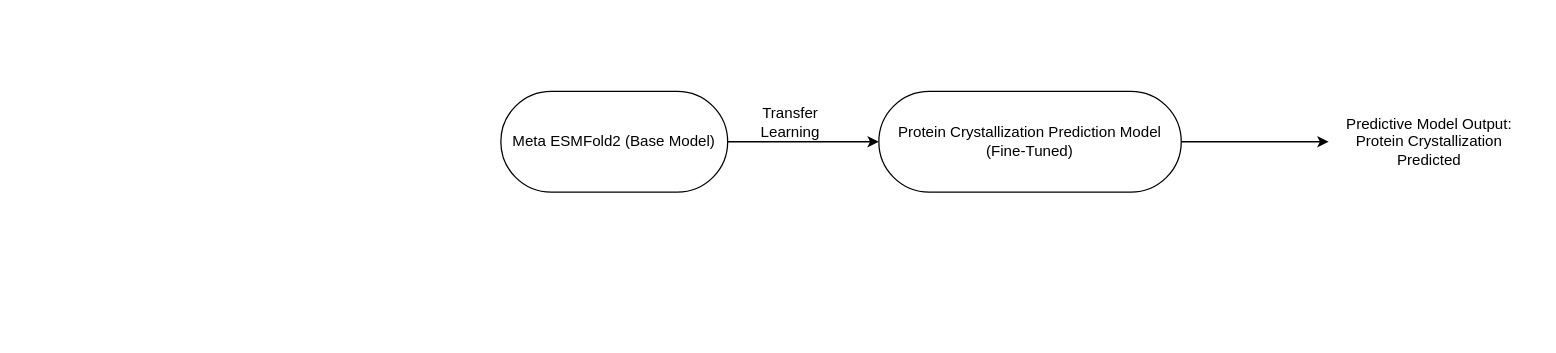
jayanthkmr/architecture-diagrams keeps this draw.io diagram as ESMCrystal.drawio. Above is the earlier version. Source tidied: cells renumbered, new cells numbered last; positions are measured from the earlier drawing's top-left corner, leaving out a move shared by most shapes. Both pictures are drawn from the tidied source at 126%, with x=0, y=0 at pixel (500, 91).
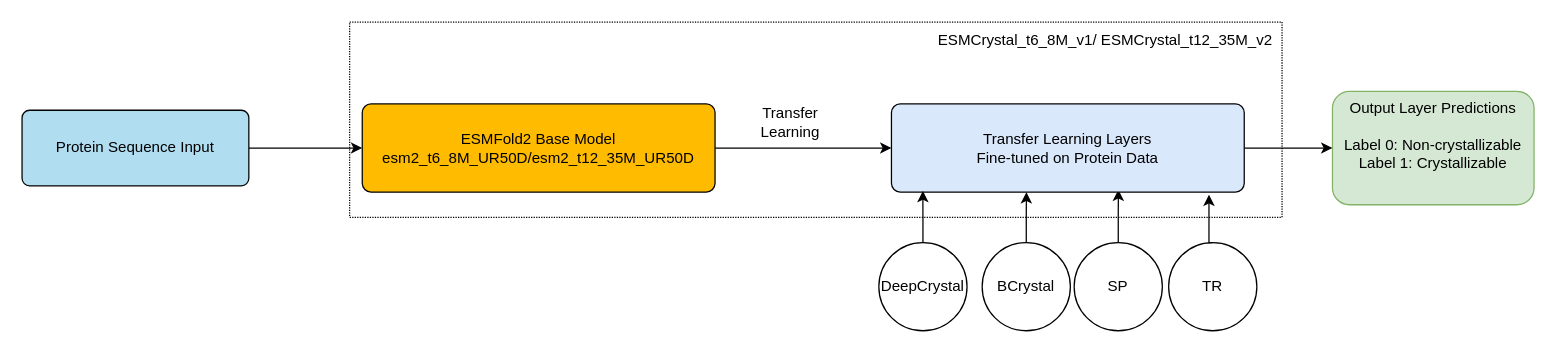
Above is the later version.

Diff of the diagram source:
```diff
@@
-    <mxCell id="2" style="edgeStyle=orthogonalEdgeStyle;rounded=0;jettySize=auto;html=1;exitX=1;exitY=0.5;exitDx=0;exitDy=0;entryX=0;entryY=0.5;entryDx=0;entryDy=0;" parent="1" edge="1" source="3" target="4">
-      <mxGeometry relative="1" as="geometry" />
-    </mxCell>
-    <mxCell id="3" value="Meta ESMFold2 (Base Model)" style="rounded=1;whiteSpace=wrap;html=1;arcSize=50;" parent="1" vertex="1">
-      <mxGeometry width="180" height="80" as="geometry" />
-    </mxCell>
-    <mxCell id="4" value="Protein Crystallization Prediction Model (Fine-Tuned)" style="rounded=1;whiteSpace=wrap;html=1;arcSize=50;" parent="1" vertex="1">
-      <mxGeometry x="300" width="240" height="80" as="geometry" />
-    </mxCell>
-    <mxCell id="5" value="Predictive Model Output: Protein Crystallization Predicted" style="text;html=1;strokeColor=none;fillColor=none;align=center;verticalAlign=middle;whiteSpace=wrap;rounded=0;" parent="1" vertex="1">
-      <mxGeometry x="657" y="10" width="160" height="60" as="geometry" />
-    </mxCell>
-    <mxCell id="6" style="edgeStyle=elbowEdgeStyle;elbow=vertical;html=1;" parent="1" edge="1" source="4" target="5">
-      <mxGeometry relative="1" as="geometry" />
-    </mxCell>
+    <mxCell id="8" style="rounded=1;whiteSpace=wrap;html=1;fillColor=#d5e8d4;strokeColor=#82b366;" parent="1" vertex="1">
+      <mxGeometry x="660" width="160" height="90" as="geometry" />
+    </mxCell>
+    <mxCell id="9" style="rounded=0;whiteSpace=wrap;html=1;dashed=1;dashPattern=1 1;" parent="1" vertex="1">
+      <mxGeometry x="-120" y="-55" width="740" height="155" as="geometry" />
+    </mxCell>
@@
+    <mxCell id="10" value="Output Layer Predictions&lt;br&gt;&lt;br&gt;&lt;div&gt;Label 0: Non-crystallizable&lt;br&gt;Label 1: Crystallizable&lt;/div&gt;" style="text;html=1;strokeColor=none;fillColor=none;spacingTop=-5;align=center;verticalAlign=top;whiteSpace=wrap;rounded=0;" parent="1" vertex="1">
+      <mxGeometry x="660" y="5" width="160" height="80" as="geometry" />
+    </mxCell>
+    <mxCell id="11" value="DeepCrystal" style="ellipse;whiteSpace=wrap;html=1;" parent="1" vertex="1">
+      <mxGeometry x="300" y="120" width="70" height="70" as="geometry" />
+    </mxCell>
+    <mxCell id="12" value="SP" style="ellipse;whiteSpace=wrap;html=1;" parent="1" vertex="1">
+      <mxGeometry x="455" y="120" width="70" height="70" as="geometry" />
+    </mxCell>
+    <mxCell id="13" value="TR" style="ellipse;whiteSpace=wrap;html=1;" parent="1" vertex="1">
+      <mxGeometry x="530" y="120" width="70" height="70" as="geometry" />
+    </mxCell>
+    <mxCell id="14" value="BCrystal" style="ellipse;whiteSpace=wrap;html=1;" parent="1" vertex="1">
+      <mxGeometry x="382" y="120" width="70" height="70" as="geometry" />
+    </mxCell>
+    <mxCell id="15" style="edgeStyle=orthogonalEdgeStyle;rounded=0;jettySize=auto;html=1;exitX=0.5;exitY=0;exitDx=0;exitDy=0;entryX=0.313;entryY=1;entryDx=0;entryDy=0;entryPerimeter=0;" parent="1" edge="1" source="14">
+      <mxGeometry relative="1" as="geometry">
+        <mxPoint x="417.1" y="80" as="targetPoint" />
+      </mxGeometry>
+    </mxCell>
+    <mxCell id="16" style="edgeStyle=orthogonalEdgeStyle;rounded=0;jettySize=auto;html=1;exitX=0.5;exitY=0;exitDx=0;exitDy=0;entryX=0.617;entryY=0.975;entryDx=0;entryDy=0;entryPerimeter=0;" parent="1" edge="1" source="12">
+      <mxGeometry relative="1" as="geometry">
+        <mxPoint x="490.1" y="78" as="targetPoint" />
+      </mxGeometry>
+    </mxCell>
+    <mxCell id="17" style="edgeStyle=orthogonalEdgeStyle;rounded=0;jettySize=auto;html=1;exitX=1;exitY=0.5;exitDx=0;exitDy=0;" parent="1" edge="1" source="18" target="10">
+      <mxGeometry relative="1" as="geometry" />
+    </mxCell>
+    <mxCell id="18" value="Transfer Learning Layers&#10;Fine-tuned on Protein Data" style="rounded=1;whiteSpace=wrap;html=1;arcSize=10;fillColor=#DAE8FC;" parent="1" vertex="1">
+      <mxGeometry x="310" y="10" width="280" height="70" as="geometry" />
+    </mxCell>
+    <mxCell id="19" style="edgeStyle=orthogonalEdgeStyle;rounded=0;jettySize=auto;html=1;exitX=0.5;exitY=0;exitDx=0;exitDy=0;entryX=0.089;entryY=0.986;entryDx=0;entryDy=0;entryPerimeter=0;" parent="1" edge="1" source="11" target="18">
+      <mxGeometry relative="1" as="geometry" />
+    </mxCell>
+    <mxCell id="20" style="edgeStyle=orthogonalEdgeStyle;rounded=0;jettySize=auto;html=1;exitX=0.5;exitY=0;exitDx=0;exitDy=0;entryX=0.9;entryY=1.029;entryDx=0;entryDy=0;entryPerimeter=0;" parent="1" edge="1" source="13" target="18">
+      <mxGeometry relative="1" as="geometry" />
+    </mxCell>
+    <mxCell id="21" style="edgeStyle=orthogonalEdgeStyle;rounded=0;jettySize=auto;html=1;exitX=1;exitY=0.5;exitDx=0;exitDy=0;" parent="1" edge="1" source="22" target="24">
+      <mxGeometry relative="1" as="geometry" />
+    </mxCell>
+    <mxCell id="22" value="Protein Sequence Input" style="rounded=1;whiteSpace=wrap;html=1;arcSize=10;fillColor=#B1DDF0;" parent="1" vertex="1">
+      <mxGeometry x="-380" y="15" width="180" height="60" as="geometry" />
+    </mxCell>
+    <mxCell id="23" style="edgeStyle=orthogonalEdgeStyle;rounded=0;jettySize=auto;html=1;exitX=1;exitY=0.5;exitDx=0;exitDy=0;entryX=0;entryY=0.5;entryDx=0;entryDy=0;" parent="1" edge="1" source="24" target="18">
+      <mxGeometry relative="1" as="geometry" />
+    </mxCell>
+    <mxCell id="24" value="ESMFold2 Base Model&lt;br&gt;esm2_t6_8M_UR50D/esm2_t12_35M_UR50D" style="rounded=1;whiteSpace=wrap;html=1;arcSize=10;fillColor=#FFBB00;" parent="1" vertex="1">
+      <mxGeometry x="-110" y="10" width="280" height="70" as="geometry" />
+    </mxCell>
+    <mxCell id="25" value="ESMCrystal_t6_8M_v1/&amp;nbsp;ESMCrystal_t12_35M_v2" style="text;html=1;align=center;verticalAlign=middle;whiteSpace=wrap;rounded=0;" parent="1" vertex="1">
+      <mxGeometry x="340" y="-55" width="280" height="30" as="geometry" />
+    </mxCell>
```
